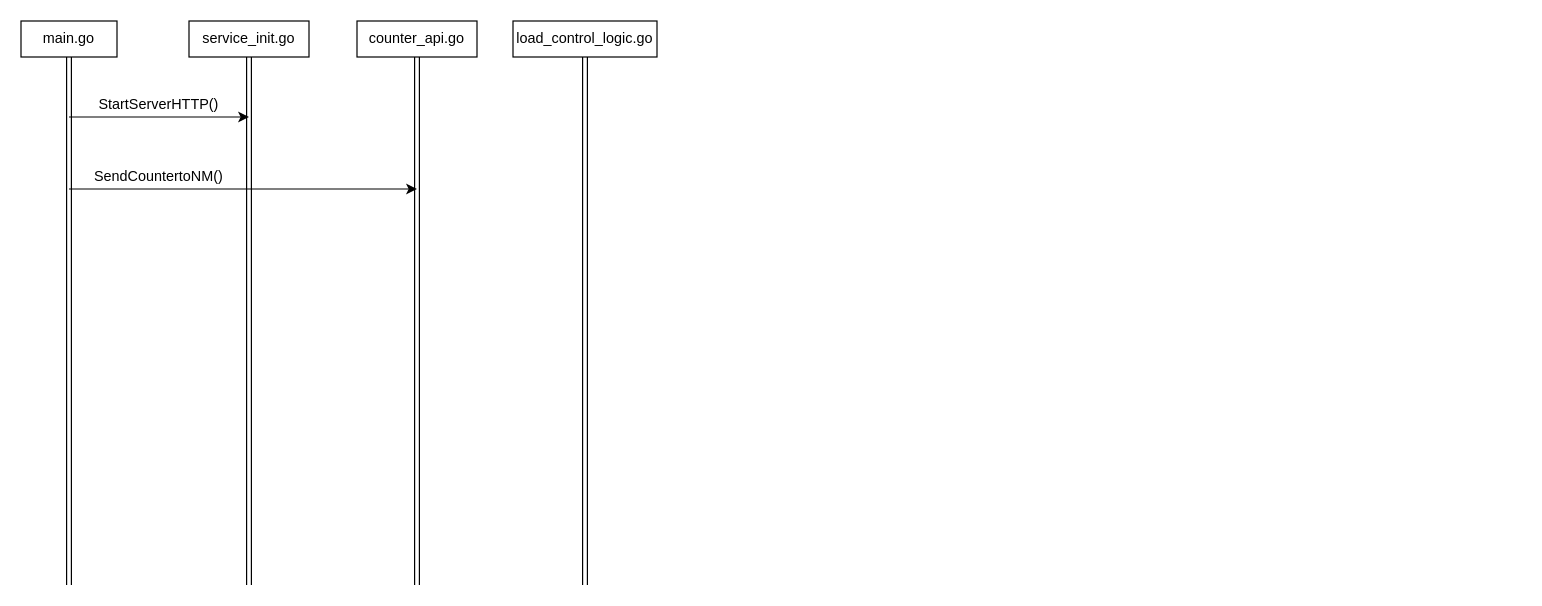
Above: Biểu đồ không có tiêu đề.drawio in trinhmn49/Thuc_hanh_PTUDDD (draw.io), before the change. Source tidied: cells renumbered, new cells numbered last; positions are measured from the earlier drawing's top-left corner, leaving out a move shared by most shapes. Both pictures are drawn from the tidied source at 120%, with x=0, y=0 at pixel (20, 20).
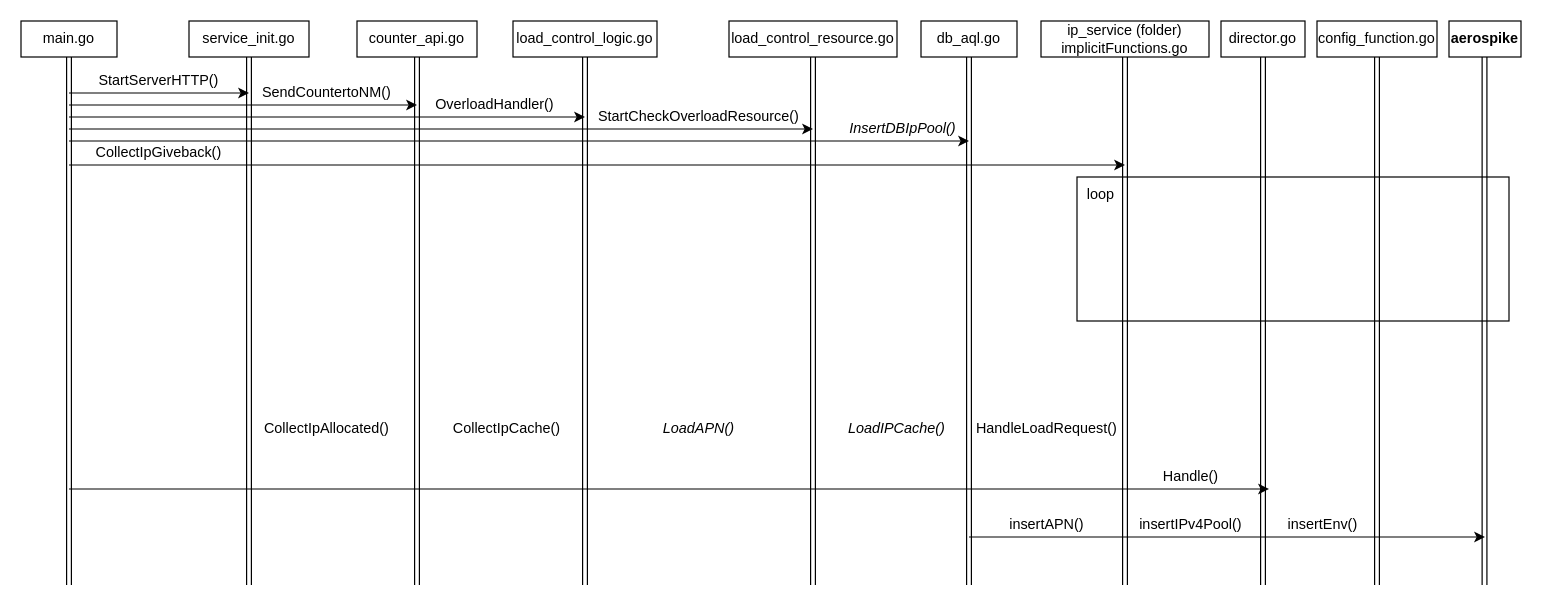
The same diagram, later.

Commit message (it also covers changes not shown here):
Cập nhật Biểu đồ không có tiêu đề.drawio

The edit, as a diff of the source:
```diff
@@
     <mxCell id="6" value="StartServerHTTP()" style="text;html=1;strokeColor=none;fillColor=none;align=center;verticalAlign=middle;whiteSpace=wrap;rounded=0;" parent="1" vertex="1">
-      <mxGeometry x="60" y="60" width="110" height="20" as="geometry" />
+      <mxGeometry x="60" y="40" width="110" height="20" as="geometry" />
     </mxCell>
     <mxCell id="7" style="endArrow=classic;html=1;rounded=0;" parent="1" edge="1">
       <mxGeometry relative="1" as="geometry">
-        <mxPoint x="40" y="80" as="sourcePoint" />
-        <mxPoint x="190" y="80" as="targetPoint" />
+        <mxPoint x="40" y="60" as="sourcePoint" />
+        <mxPoint x="190" y="60" as="targetPoint" />
       </mxGeometry>
     </mxCell>
@@
     <mxCell id="10" value="SendCountertoNM()" style="text;html=1;strokeColor=none;fillColor=none;align=center;verticalAlign=middle;whiteSpace=wrap;rounded=0;" parent="1" vertex="1">
-      <mxGeometry x="60" y="120" width="110" height="20" as="geometry" />
+      <mxGeometry x="200" y="50" width="110" height="20" as="geometry" />
     </mxCell>
     <mxCell id="11" style="endArrow=classic;html=1;rounded=0;" parent="1" edge="1">
       <mxGeometry relative="1" as="geometry">
-        <mxPoint x="40" y="140" as="sourcePoint" />
-        <mxPoint x="330" y="140" as="targetPoint" />
+        <mxPoint x="40" y="70" as="sourcePoint" />
+        <mxPoint x="330" y="70" as="targetPoint" />
       </mxGeometry>
     </mxCell>
@@
+    <mxCell id="14" value="OverloadHandler()" style="text;html=1;strokeColor=none;fillColor=none;align=center;verticalAlign=middle;whiteSpace=wrap;rounded=0;" parent="1" vertex="1">
+      <mxGeometry x="340" y="60" width="110" height="20" as="geometry" />
+    </mxCell>
+    <mxCell id="15" style="endArrow=classic;html=1;rounded=0;" parent="1" edge="1">
+      <mxGeometry relative="1" as="geometry">
+        <mxPoint x="40" y="80" as="sourcePoint" />
+        <mxPoint x="470" y="80" as="targetPoint" />
+      </mxGeometry>
+    </mxCell>
+    <mxCell id="16" value="load_control_resource.go" style="rounded=0;whiteSpace=wrap;html=1;" parent="1" vertex="1">
+      <mxGeometry x="590" width="140" height="30" as="geometry" />
+    </mxCell>
+    <mxCell id="17" style="edgeStyle=orthogonalEdgeStyle;rounded=0;jettySize=auto;html=1;exitX=0.5;exitY=1;exitDx=0;exitDy=0;shape=link;" parent="1" edge="1" source="16">
+      <mxGeometry relative="1" as="geometry">
+        <mxPoint x="660" y="470" as="targetPoint" />
+        <Array as="points">
+          <mxPoint x="660" y="470" />
+        </Array>
+      </mxGeometry>
+    </mxCell>
+    <mxCell id="18" value="StartCheckOverloadResource()" style="text;html=1;strokeColor=none;fillColor=none;align=center;verticalAlign=middle;whiteSpace=wrap;rounded=0;" parent="1" vertex="1">
+      <mxGeometry x="510" y="70" width="110" height="20" as="geometry" />
+    </mxCell>
+    <mxCell id="19" style="endArrow=classic;html=1;rounded=0;" parent="1" edge="1">
+      <mxGeometry relative="1" as="geometry">
+        <mxPoint x="40" y="90" as="sourcePoint" />
+        <mxPoint x="660" y="90" as="targetPoint" />
+      </mxGeometry>
+    </mxCell>
+    <mxCell id="20" value="db_aql.go" style="rounded=0;whiteSpace=wrap;html=1;" parent="1" vertex="1">
+      <mxGeometry x="750" width="80" height="30" as="geometry" />
+    </mxCell>
+    <mxCell id="21" style="edgeStyle=orthogonalEdgeStyle;rounded=0;jettySize=auto;html=1;exitX=0.5;exitY=1;exitDx=0;exitDy=0;shape=link;" parent="1" edge="1" source="20">
+      <mxGeometry relative="1" as="geometry">
+        <mxPoint x="790" y="470" as="targetPoint" />
+        <Array as="points">
+          <mxPoint x="790" y="470" />
+        </Array>
+      </mxGeometry>
+    </mxCell>
+    <mxCell id="22" value="&lt;i&gt;InsertDBIpPool()&lt;/i&gt;" style="text;html=1;strokeColor=none;fillColor=none;align=center;verticalAlign=middle;whiteSpace=wrap;rounded=0;" parent="1" vertex="1">
+      <mxGeometry x="680" y="80" width="110" height="20" as="geometry" />
+    </mxCell>
+    <mxCell id="23" style="endArrow=classic;html=1;rounded=0;" parent="1" edge="1">
+      <mxGeometry relative="1" as="geometry">
+        <mxPoint x="40" y="100" as="sourcePoint" />
+        <mxPoint x="790" y="100" as="targetPoint" />
+      </mxGeometry>
+    </mxCell>
+    <mxCell id="24" value="ip_service (folder)&lt;br&gt;implicitFunctions.go" style="rounded=0;whiteSpace=wrap;html=1;" parent="1" vertex="1">
+      <mxGeometry x="850" width="140" height="30" as="geometry" />
+    </mxCell>
+    <mxCell id="25" style="edgeStyle=orthogonalEdgeStyle;rounded=0;jettySize=auto;html=1;exitX=0.5;exitY=1;exitDx=0;exitDy=0;shape=link;" parent="1" edge="1" source="24">
+      <mxGeometry relative="1" as="geometry">
+        <mxPoint x="920" y="470" as="targetPoint" />
+        <Array as="points">
+          <mxPoint x="920" y="470" />
+        </Array>
+      </mxGeometry>
+    </mxCell>
+    <mxCell id="26" value="CollectIpAllocated()" style="text;html=1;strokeColor=none;fillColor=none;align=center;verticalAlign=middle;whiteSpace=wrap;rounded=0;" parent="1" vertex="1">
+      <mxGeometry x="200" y="330" width="110" height="20" as="geometry" />
+    </mxCell>
+    <mxCell id="27" style="endArrow=classic;html=1;rounded=0;" parent="1" edge="1">
+      <mxGeometry relative="1" as="geometry">
+        <mxPoint x="40" y="120" as="sourcePoint" />
+        <mxPoint x="920" y="120" as="targetPoint" />
+      </mxGeometry>
+    </mxCell>
+    <mxCell id="28" value="CollectIpGiveback()" style="text;html=1;strokeColor=none;fillColor=none;align=center;verticalAlign=middle;whiteSpace=wrap;rounded=0;" parent="1" vertex="1">
+      <mxGeometry x="60" y="100" width="110" height="20" as="geometry" />
+    </mxCell>
+    <mxCell id="29" value="CollectIpCache()" style="text;html=1;strokeColor=none;fillColor=none;align=center;verticalAlign=middle;whiteSpace=wrap;rounded=0;" parent="1" vertex="1">
+      <mxGeometry x="350" y="330" width="110" height="20" as="geometry" />
+    </mxCell>
+    <mxCell id="30" value="LoadAPN()" style="text;html=1;strokeColor=none;fillColor=none;align=center;verticalAlign=middle;whiteSpace=wrap;rounded=0;shadow=0;fontStyle=2;" parent="1" vertex="1">
+      <mxGeometry x="525" y="330" width="80" height="20" as="geometry" />
+    </mxCell>
+    <mxCell id="31" value="LoadIPCache()" style="text;html=1;strokeColor=none;fillColor=none;align=center;verticalAlign=middle;whiteSpace=wrap;rounded=0;shadow=0;fontStyle=2;" parent="1" vertex="1">
+      <mxGeometry x="690" y="330" width="80" height="20" as="geometry" />
+    </mxCell>
+    <mxCell id="32" value="director.go" style="rounded=0;whiteSpace=wrap;html=1;" parent="1" vertex="1">
+      <mxGeometry x="1000" width="70" height="30" as="geometry" />
+    </mxCell>
+    <mxCell id="33" style="edgeStyle=orthogonalEdgeStyle;rounded=0;jettySize=auto;html=1;exitX=0.5;exitY=1;exitDx=0;exitDy=0;shape=link;" parent="1" edge="1" source="32">
+      <mxGeometry relative="1" as="geometry">
+        <mxPoint x="1035" y="470" as="targetPoint" />
+        <Array as="points">
+          <mxPoint x="1035" y="470" />
+        </Array>
+      </mxGeometry>
+    </mxCell>
+    <mxCell id="34" style="endArrow=classic;html=1;rounded=0;" parent="1" edge="1">
+      <mxGeometry relative="1" as="geometry">
+        <mxPoint x="40" y="390" as="sourcePoint" />
+        <mxPoint x="1040" y="390" as="targetPoint" />
+      </mxGeometry>
+    </mxCell>
+    <mxCell id="35" value="Handle()" style="text;html=1;strokeColor=none;fillColor=none;align=center;verticalAlign=middle;whiteSpace=wrap;rounded=0;" parent="1" vertex="1">
+      <mxGeometry x="920" y="370" width="110" height="20" as="geometry" />
+    </mxCell>
+    <mxCell id="36" value="HandleLoadRequest()" style="text;html=1;strokeColor=none;fillColor=none;align=center;verticalAlign=middle;whiteSpace=wrap;rounded=0;" parent="1" vertex="1">
+      <mxGeometry x="800" y="330" width="110" height="20" as="geometry" />
+    </mxCell>
+    <mxCell id="37" value="config_function.go" style="rounded=0;whiteSpace=wrap;html=1;" parent="1" vertex="1">
+      <mxGeometry x="1080" width="100" height="30" as="geometry" />
+    </mxCell>
+    <mxCell id="38" style="edgeStyle=orthogonalEdgeStyle;rounded=0;jettySize=auto;html=1;exitX=0.5;exitY=1;exitDx=0;exitDy=0;shape=link;" parent="1" edge="1" source="37">
+      <mxGeometry relative="1" as="geometry">
+        <mxPoint x="1130" y="470" as="targetPoint" />
+        <Array as="points">
+          <mxPoint x="1130" y="470" />
+        </Array>
+      </mxGeometry>
+    </mxCell>
+    <mxCell id="39" style="endArrow=classic;html=1;rounded=0;" parent="1" edge="1">
+      <mxGeometry relative="1" as="geometry">
+        <mxPoint x="790" y="430" as="sourcePoint" />
+        <mxPoint x="1220" y="430" as="targetPoint" />
+      </mxGeometry>
+    </mxCell>
+    <mxCell id="40" value="&lt;b&gt;aerospike&lt;/b&gt;" style="rounded=0;whiteSpace=wrap;html=1;" parent="1" vertex="1">
+      <mxGeometry x="1190" width="60" height="30" as="geometry" />
+    </mxCell>
+    <mxCell id="41" style="edgeStyle=orthogonalEdgeStyle;rounded=0;orthogonalLoop=1;jettySize=auto;html=1;exitX=0.5;exitY=1;exitDx=0;exitDy=0;shape=link;" parent="1" edge="1">
+      <mxGeometry relative="1" as="geometry">
+        <mxPoint x="1219.6" y="30" as="sourcePoint" />
+        <mxPoint x="1219.6" y="470" as="targetPoint" />
+        <Array as="points">
+          <mxPoint x="1219.6" y="470" />
+        </Array>
+      </mxGeometry>
+    </mxCell>
+    <mxCell id="42" value="insertAPN()" style="text;html=1;strokeColor=none;fillColor=none;align=center;verticalAlign=middle;whiteSpace=wrap;rounded=0;" parent="1" vertex="1">
+      <mxGeometry x="800" y="410" width="110" height="20" as="geometry" />
+    </mxCell>
+    <mxCell id="43" value="insertIPv4Pool()" style="text;html=1;strokeColor=none;fillColor=none;align=center;verticalAlign=middle;whiteSpace=wrap;rounded=0;" parent="1" vertex="1">
+      <mxGeometry x="920" y="410" width="110" height="20" as="geometry" />
+    </mxCell>
+    <mxCell id="44" value="insertEnv()" style="text;html=1;strokeColor=none;fillColor=none;align=center;verticalAlign=middle;whiteSpace=wrap;rounded=0;" parent="1" vertex="1">
+      <mxGeometry x="1030" y="410" width="110" height="20" as="geometry" />
+    </mxCell>
+    <mxCell id="45" style="rounded=0;whiteSpace=wrap;html=1;fillColor=none;" parent="1" vertex="1">
+      <mxGeometry x="880" y="130" width="360" height="120" as="geometry" />
+    </mxCell>
+    <mxCell id="46" value="loop" style="text;html=1;align=center;verticalAlign=middle;whiteSpace=wrap;rounded=0;glass=0;strokeWidth=5;opacity=20;" parent="1" vertex="1">
+      <mxGeometry x="870" y="130" width="60" height="30" as="geometry" />
+    </mxCell>
```
